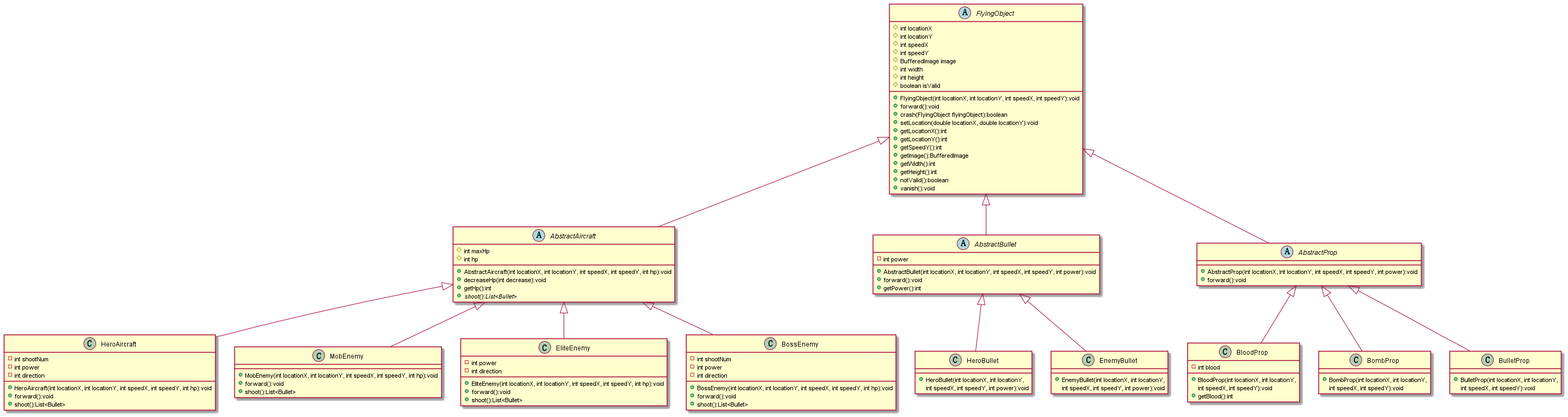
Before: uml/img/exp1.png, a diagram exported from PlantUML (huang-feiyu/AircraftWar-lab). Its diagram source:
```plantuml
@startuml

abstract class FlyingObject
{
    # int locationX
    # int locationY
    # int speedX
    # int speedY
    # BufferedImage image
    # int width
    # int height
    # boolean isValid

    + FlyingObject(int locationX, int locationY, int speedX, int speedY):void
    + forward():void
    + crash(FlyingObject flyingObject):boolean
    + setLocation(double locationX, double locationY):void
    + getLocationX():int
    + getLocationY():int
    + getSpeedY():int
    + getImage():BufferedImage
    + getWidth():int
    + getHeight():int
    + notValid():boolean
    + vanish():void
}
abstract class AbstractAircraft
{
	# int maxHp
    # int hp
    + AbstractAircraft(int locationX, int locationY, int speedX, int speedY, int hp):void
    + decreaseHp(int decrease):void
    + getHp():int
    + {abstract} shoot():List<Bullet>
 }

abstract class AbstractBullet
{
    - int power
    + AbstractBullet(int locationX, int locationY, int speedX, int speedY, int power):void
    + forward():void
	+ getPower():int
}

abstract class AbstractProp
{
    + AbstractProp(int locationX, int locationY, int speedX, int speedY, int power):void
    + forward():void
}

FlyingObject <|-- AbstractAircraft
FlyingObject <|-- AbstractBullet
FlyingObject <|-- AbstractProp

AbstractAircraft <|-- HeroAircraft
AbstractAircraft <|-- MobEnemy
AbstractAircraft <|-- EliteEnemy
AbstractAircraft <|-- BossEnemy

AbstractBullet <|-- HeroBullet
AbstractBullet <|-- EnemyBullet

AbstractProp <|-- BloodProp
AbstractProp <|-- BombProp
AbstractProp <|-- BulletProp

class HeroAircraft {
    - int shootNum
    - int power
    - int direction
    + HeroAircraft(int locationX, int locationY, int speedX, int speedY, int hp):void
    + forward():void
    + shoot():List<Bullet>
}

class MobEnemy {
    + MobEnemy(int locationX, int locationY, int speedX, int speedY, int hp):void
    + forward():void
    + shoot():List<Bullet>
}

class EliteEnemy {
    - int power
    - int direction
    + EliteEnemy(int locationX, int locationY, int speedX, int speedY, int hp):void
    + forward():void
    + shoot():List<Bullet>
}

class BossEnemy {
    - int shootNum
    - int power
    - int direction
    + BossEnemy(int locationX, int locationY, int speedX, int speedY, int hp):void
    + forward():void
    + shoot():List<Bullet>
}

class HeroBullet {
    + HeroBullet(int locationX, int locationY,
     int speedX, int speedY, int power):void
}

class EnemyBullet {
    + EnemyBullet(int locationX, int locationY,
     int speedX, int speedY, int power):void
}

class BloodProp {
    - int blood
    + BloodProp(int locationX, int locationY,
     int speedX, int speedY):void
    + getBlood():int
}

class BombProp {
    + BombProp(int locationX, int locationY,
     int speedX, int speedY):void
}

class BulletProp {
    + BulletProp(int locationX, int locationY,
     int speedX, int speedY):void
}

@enduml
```
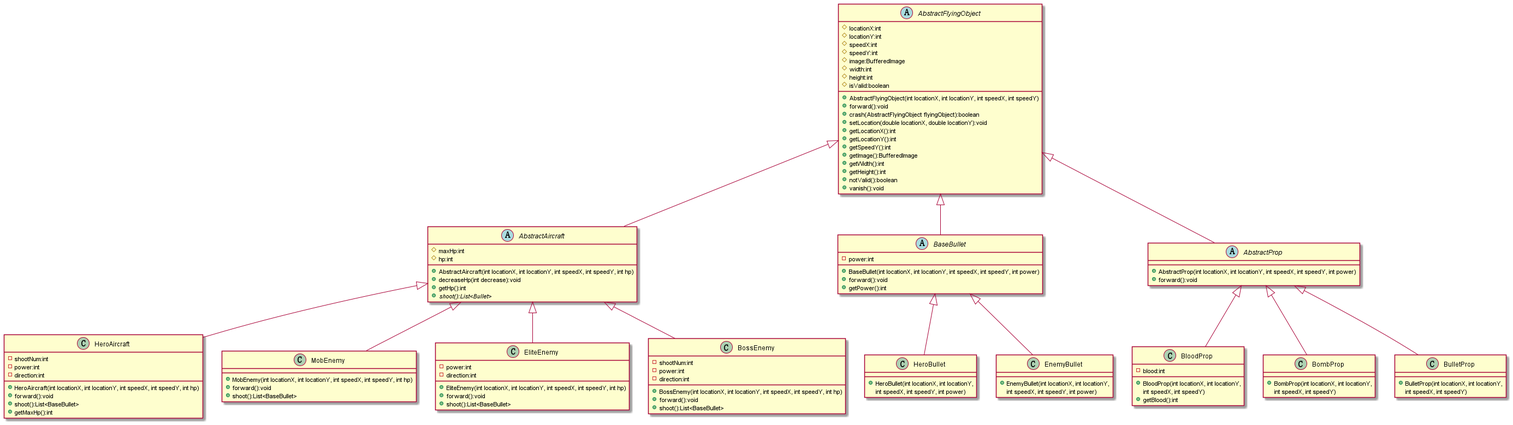
The same diagram one commit later.

What changed in the source:
```diff
@@ -1,19 +1,19 @@
 @startuml
 
-abstract class FlyingObject
+abstract class AbstractFlyingObject
 {
-    # int locationX
-    # int locationY
-    # int speedX
-    # int speedY
-    # BufferedImage image
-    # int width
-    # int height
-    # boolean isValid
+    # locationX:int
+    # locationY:int
+    # speedX:int
+    # speedY:int
+    # image:BufferedImage
+    # width:int
+    # height:int
+    # isValid:boolean
 
-    + FlyingObject(int locationX, int locationY, int speedX, int speedY):void
+    + AbstractFlyingObject(int locationX, int locationY, int speedX, int speedY)
     + forward():void
-    + crash(FlyingObject flyingObject):boolean
+    + crash(AbstractFlyingObject flyingObject):boolean
     + setLocation(double locationX, double locationY):void
     + getLocationX():int
     + getLocationY():int
@@ -26,101 +26,102 @@
 }
 abstract class AbstractAircraft
 {
-	# int maxHp
-    # int hp
-    + AbstractAircraft(int locationX, int locationY, int speedX, int speedY, int hp):void
+	# maxHp:int
+    # hp:int
+    + AbstractAircraft(int locationX, int locationY, int speedX, int speedY, int hp)
     + decreaseHp(int decrease):void
     + getHp():int
     + {abstract} shoot():List<Bullet>
  }
 
-abstract class AbstractBullet
+abstract class BaseBullet
 {
-    - int power
-    + AbstractBullet(int locationX, int locationY, int speedX, int speedY, int power):void
+    - power:int
+    + BaseBullet(int locationX, int locationY, int speedX, int speedY, int power)
     + forward():void
 	+ getPower():int
 }
 
 abstract class AbstractProp
 {
-    + AbstractProp(int locationX, int locationY, int speedX, int speedY, int power):void
+    + AbstractProp(int locationX, int locationY, int speedX, int speedY, int power)
     + forward():void
 }
 
-FlyingObject <|-- AbstractAircraft
-FlyingObject <|-- AbstractBullet
-FlyingObject <|-- AbstractProp
+AbstractFlyingObject <|-- AbstractAircraft
+AbstractFlyingObject <|-- BaseBullet
+AbstractFlyingObject <|-- AbstractProp
 
 AbstractAircraft <|-- HeroAircraft
 AbstractAircraft <|-- MobEnemy
 AbstractAircraft <|-- EliteEnemy
 AbstractAircraft <|-- BossEnemy
 
-AbstractBullet <|-- HeroBullet
-AbstractBullet <|-- EnemyBullet
+BaseBullet <|-- HeroBullet
+BaseBullet <|-- EnemyBullet
 
 AbstractProp <|-- BloodProp
 AbstractProp <|-- BombProp
 AbstractProp <|-- BulletProp
 
 class HeroAircraft {
-    - int shootNum
-    - int power
-    - int direction
-    + HeroAircraft(int locationX, int locationY, int speedX, int speedY, int hp):void
+    - shootNum:int
+    - power:int
+    - direction:int
+    + HeroAircraft(int locationX, int locationY, int speedX, int speedY, int hp)
     + forward():void
-    + shoot():List<Bullet>
+    + shoot():List<BaseBullet>
+    + getMaxHp():int
 }
 
 class MobEnemy {
-    + MobEnemy(int locationX, int locationY, int speedX, int speedY, int hp):void
+    + MobEnemy(int locationX, int locationY, int speedX, int speedY, int hp)
     + forward():void
-    + shoot():List<Bullet>
+    + shoot():List<BaseBullet>
 }
 
 class EliteEnemy {
-    - int power
-    - int direction
-    + EliteEnemy(int locationX, int locationY, int speedX, int speedY, int hp):void
+    - power:int
+    - direction:int
+    + EliteEnemy(int locationX, int locationY, int speedX, int speedY, int hp)
     + forward():void
-    + shoot():List<Bullet>
+    + shoot():List<BaseBullet>
 }
 
 class BossEnemy {
-    - int shootNum
-    - int power
-    - int direction
-    + BossEnemy(int locationX, int locationY, int speedX, int speedY, int hp):void
+    - shootNum:int
+    - power:int
+    - direction:int
+    + BossEnemy(int locationX, int locationY, int speedX, int speedY, int hp)
     + forward():void
-    + shoot():List<Bullet>
+    + shoot():List<BaseBullet>
 }
 
 class HeroBullet {
     + HeroBullet(int locationX, int locationY,
-     int speedX, int speedY, int power):void
+     int speedX, int speedY, int power)
 }
 
 class EnemyBullet {
     + EnemyBullet(int locationX, int locationY,
-     int speedX, int speedY, int power):void
+     int speedX, int speedY, int power)
 }
 
 class BloodProp {
-    - int blood
+    - blood:int
     + BloodProp(int locationX, int locationY,
-     int speedX, int speedY):void
+     int speedX, int speedY)
     + getBlood():int
 }
 
 class BombProp {
     + BombProp(int locationX, int locationY,
-     int speedX, int speedY):void
+     int speedX, int speedY)
 }
 
 class BulletProp {
     + BulletProp(int locationX, int locationY,
-     int speedX, int speedY):void
+     int speedX, int speedY)
 }
 
 @enduml
```
